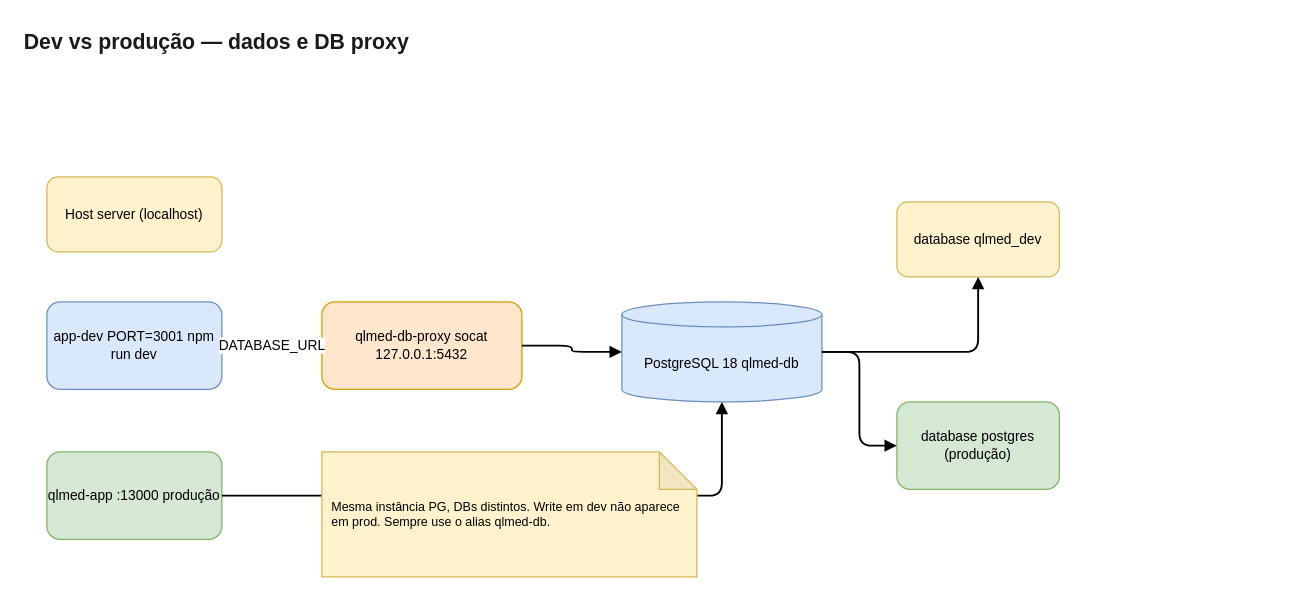
Earlier version of the draw.io diagram docs/architecture/diagrams/06-dev-prod-data.drawio (marceloterra1983/QLMED). Source tidied: cells renumbered, new cells numbered last; positions are measured from the earlier drawing's top-left corner, leaving out a move shared by most shapes. Both pictures are drawn from the tidied source at 125%, with x=0, y=0 at pixel (21, 21).
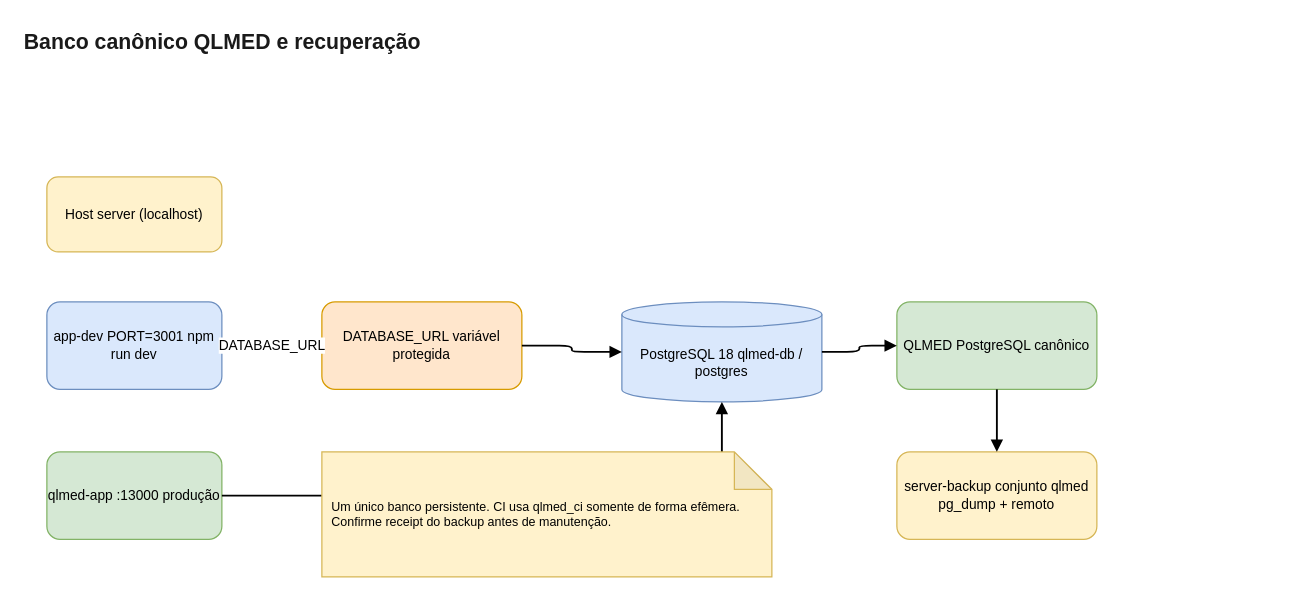
After the change.

Diff of the diagram source:
```diff
@@
 <mxGraphModel>
   <root>
     <mxCell id="0" />
     <mxCell id="1" parent="0" />
-    <mxCell id="2" value="Dev vs produção — dados e DB proxy" style="text;html=1;strokeColor=none;fillColor=none;align=left;verticalAlign=middle;fontStyle=1;fontSize=17;fontColor=#1a1a1a;" parent="1" vertex="1">
+    <mxCell id="2" value="Banco canônico QLMED e recuperação" style="text;html=1;strokeColor=none;fillColor=none;align=left;verticalAlign=middle;fontStyle=1;fontSize=17;fontColor=#1a1a1a;" parent="1" vertex="1">
       <mxGeometry width="1000" height="34" as="geometry" />
     </mxCell>
     <mxCell id="3" value="Host server (localhost)" style="rounded=1;whiteSpace=wrap;html=1;fillColor=#fff2cc;strokeColor=#d6b656;fontSize=11;" parent="1" vertex="1">
       <mxGeometry x="20" y="124" width="140" height="60" as="geometry" />
     </mxCell>
     <mxCell id="4" value="app-dev PORT=3001 npm run dev" style="rounded=1;whiteSpace=wrap;html=1;fillColor=#dae8fc;strokeColor=#6c8ebf;fontSize=11;align=center;verticalAlign=middle;" parent="1" vertex="1">
       <mxGeometry x="20" y="224" width="140" height="70" as="geometry" />
     </mxCell>
     <mxCell id="5" value="qlmed-app :13000 produção" style="rounded=1;whiteSpace=wrap;html=1;fillColor=#d5e8d4;strokeColor=#82b366;fontSize=11;" parent="1" vertex="1">
       <mxGeometry x="20" y="344" width="140" height="70" as="geometry" />
     </mxCell>
-    <mxCell id="6" value="qlmed-db-proxy socat 127.0.0.1:5432" style="rounded=1;whiteSpace=wrap;html=1;fillColor=#ffe6cc;strokeColor=#d79b00;fontSize=11;" parent="1" vertex="1">
+    <mxCell id="6" value="DATABASE_URL variável protegida" style="rounded=1;whiteSpace=wrap;html=1;fillColor=#ffe6cc;strokeColor=#d79b00;fontSize=11;" parent="1" vertex="1">
       <mxGeometry x="240" y="224" width="160" height="70" as="geometry" />
     </mxCell>
-    <mxCell id="7" value="PostgreSQL 18 qlmed-db" style="shape=cylinder3;whiteSpace=wrap;html=1;boundedLbl=1;backgroundOutline=1;size=10;fillColor=#dae8fc;strokeColor=#6c8ebf;fontSize=11;" parent="1" vertex="1">
+    <mxCell id="7" value="PostgreSQL 18 qlmed-db / postgres" style="shape=cylinder3;whiteSpace=wrap;html=1;boundedLbl=1;backgroundOutline=1;size=10;fillColor=#dae8fc;strokeColor=#6c8ebf;fontSize=11;" parent="1" vertex="1">
       <mxGeometry x="480" y="224" width="160" height="80" as="geometry" />
     </mxCell>
-    <mxCell id="8" value="database qlmed_dev" style="rounded=1;whiteSpace=wrap;html=1;fillColor=#fff2cc;strokeColor=#d6b656;fontSize=11;" parent="1" vertex="1">
-      <mxGeometry x="700" y="144" width="130" height="60" as="geometry" />
+    <mxCell id="8" value="QLMED PostgreSQL canônico" style="rounded=1;whiteSpace=wrap;html=1;fillColor=#d5e8d4;strokeColor=#82b366;fontSize=11;" parent="1" vertex="1">
+      <mxGeometry x="700" y="224" width="160" height="70" as="geometry" />
     </mxCell>
-    <mxCell id="9" value="database postgres (produção)" style="rounded=1;whiteSpace=wrap;html=1;fillColor=#d5e8d4;strokeColor=#82b366;fontSize=11;" parent="1" vertex="1">
-      <mxGeometry x="700" y="304" width="130" height="70" as="geometry" />
+    <mxCell id="9" value="server-backup conjunto qlmed pg_dump + remoto" style="rounded=1;whiteSpace=wrap;html=1;fillColor=#fff2cc;strokeColor=#d6b656;fontSize=11;" parent="1" vertex="1">
+      <mxGeometry x="700" y="344" width="160" height="70" as="geometry" />
     </mxCell>
     <mxCell id="10" value="DATABASE_URL" style="edgeStyle=orthogonalEdgeStyle;rounded=1;jettySize=auto;html=1;endArrow=block;endFill=1;strokeWidth=1.5;" parent="1" edge="1" source="4" target="6">
       <mxGeometry relative="1" as="geometry" />
     </mxCell>
     <mxCell id="11" value="qlmed_network" style="edgeStyle=orthogonalEdgeStyle;rounded=1;jettySize=auto;html=1;endArrow=block;endFill=1;strokeWidth=1.5;" parent="1" edge="1" source="5" target="7">
       <mxGeometry relative="1" as="geometry" />
     </mxCell>
     <mxCell id="12" style="edgeStyle=orthogonalEdgeStyle;rounded=1;jettySize=auto;html=1;endArrow=block;endFill=1;strokeWidth=1.5;" parent="1" edge="1" source="6" target="7">
       <mxGeometry relative="1" as="geometry" />
     </mxCell>
     <mxCell id="13" style="edgeStyle=orthogonalEdgeStyle;rounded=1;jettySize=auto;html=1;endArrow=block;endFill=1;strokeWidth=1.5;" parent="1" edge="1" source="7" target="8">
       <mxGeometry relative="1" as="geometry" />
     </mxCell>
-    <mxCell id="14" style="edgeStyle=orthogonalEdgeStyle;rounded=1;jettySize=auto;html=1;endArrow=block;endFill=1;strokeWidth=1.5;" parent="1" edge="1" source="7" target="9">
+    <mxCell id="14" style="edgeStyle=orthogonalEdgeStyle;rounded=1;jettySize=auto;html=1;endArrow=block;endFill=1;strokeWidth=1.5;" parent="1" edge="1" source="8" target="9">
       <mxGeometry relative="1" as="geometry" />
     </mxCell>
-    <mxCell id="15" value="Mesma instância PG, DBs distintos. Write em dev não aparece em prod. Sempre use o alias qlmed-db." style="shape=note;whiteSpace=wrap;html=1;backgroundOutline=1;darkOpacity=0.05;fillColor=#fff2cc;strokeColor=#d6b656;fontSize=10;align=left;spacingLeft=6;" parent="1" vertex="1">
-      <mxGeometry x="240" y="344" width="300" height="100" as="geometry" />
+    <mxCell id="15" value="Um único banco persistente. CI usa qlmed_ci somente de forma efêmera. Confirme receipt do backup antes de manutenção." style="shape=note;whiteSpace=wrap;html=1;backgroundOutline=1;darkOpacity=0.05;fillColor=#fff2cc;strokeColor=#d6b656;fontSize=10;align=left;spacingLeft=6;" parent="1" vertex="1">
+      <mxGeometry x="240" y="344" width="360" height="100" as="geometry" />
     </mxCell>
   </root>
 </mxGraphModel>
```
